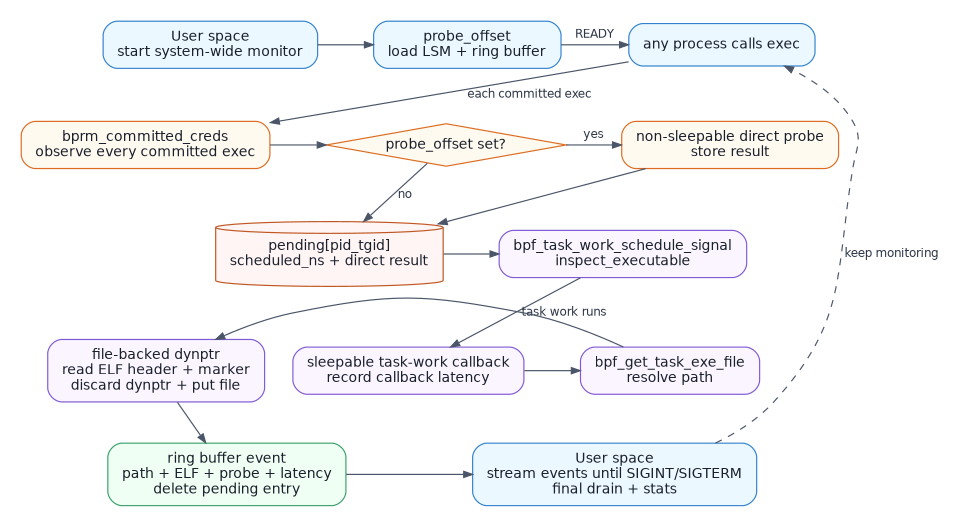
The Graphviz diagram src/54-exec-image-inspector/exec-image-flow.png in eunomia-bpf/bpf-developer-tutorial, before a commit. Its source is kept beside it as src/54-exec-image-inspector/exec-image-flow.dot.
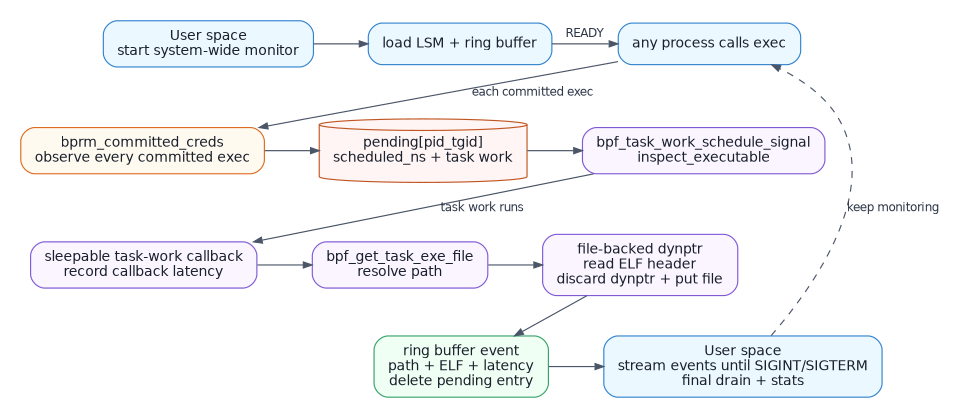
After the commit.

The edit, as a diff of the source:
```diff
@@ -35,7 +35,7 @@
     color="#3182CE"
   ];
   prepare [
-    label="probe_offset\nload LSM + ring buffer",
+    label="load LSM + ring buffer",
     fillcolor="#EBF8FF",
     color="#3182CE"
   ];
@@ -49,21 +49,8 @@
     fillcolor="#FFFAF0",
     color="#DD6B20"
   ];
-  probe [
-    label="probe_offset set?",
-    shape=diamond,
-    style="filled",
-    fillcolor="#FFFAF0",
-    color="#DD6B20",
-    margin="0.10,0.05"
-  ];
-  direct [
-    label="non-sleepable direct probe\nstore result",
-    fillcolor="#FFFAF0",
-    color="#DD6B20"
-  ];
   pending [
-    label="pending[pid_tgid]\nscheduled_ns + direct result",
+    label="pending[pid_tgid]\nscheduled_ns + task work",
     shape=cylinder,
     fillcolor="#FFF5F5",
     color="#C05621"
@@ -84,12 +71,12 @@
     color="#805AD5"
   ];
   read [
-    label="file-backed dynptr\nread ELF header + marker\ndiscard dynptr + put file",
+    label="file-backed dynptr\nread ELF header\ndiscard dynptr + put file",
     fillcolor="#FAF5FF",
     color="#805AD5"
   ];
   event [
-    label="ring buffer event\npath + ELF + probe + latency\ndelete pending entry",
+    label="ring buffer event\npath + ELF + latency\ndelete pending entry",
     fillcolor="#F0FFF4",
     color="#38A169"
   ];
@@ -100,18 +87,14 @@
   ];
 
   { rank=same; start; prepare; exec; }
-  { rank=same; hook; probe; direct; }
-  { rank=same; pending; schedule; }
+  { rank=same; hook; pending; schedule; }
   { rank=same; callback; file; read; }
   { rank=same; event; collect; }
 
   start -> prepare;
   prepare -> exec [label="READY"];
   exec -> hook [label="each committed exec"];
-  hook -> probe;
-  probe -> direct [label="yes"];
-  probe -> pending [label="no"];
-  direct -> pending;
+  hook -> pending;
   pending -> schedule;
   schedule -> callback [label="task work runs"];
   callback -> file;
```
